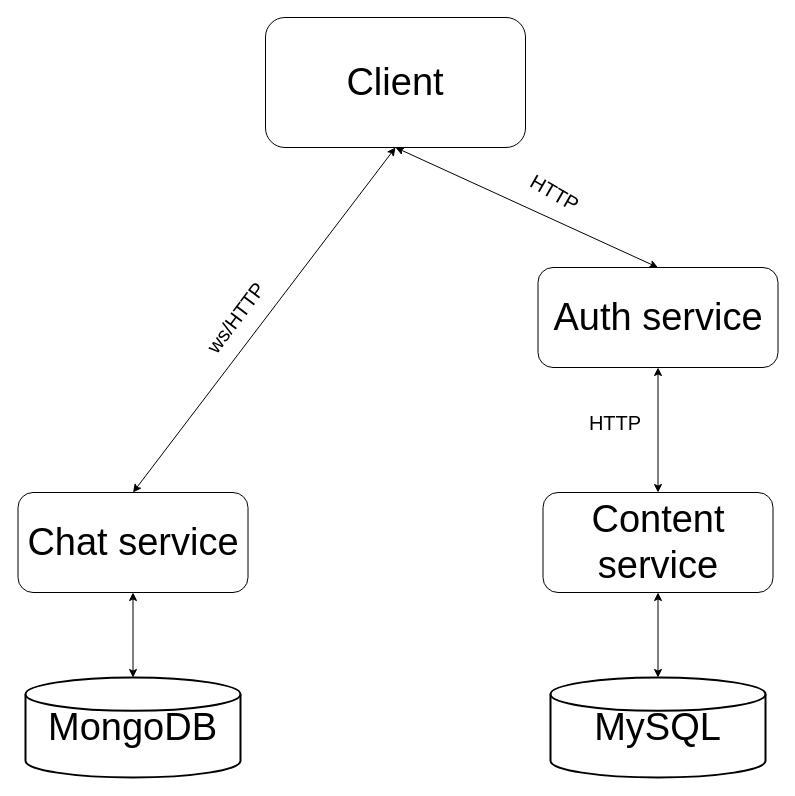
Earlier version of the draw.io diagram Architecture.drawio (Gonza1es/socialWeb). Source tidied: cells renumbered, new cells numbered last; positions are measured from the earlier drawing's top-left corner, leaving out a move shared by most shapes. Both pictures are drawn from the tidied source at 100%, with x=0, y=0 at pixel (17, 17).
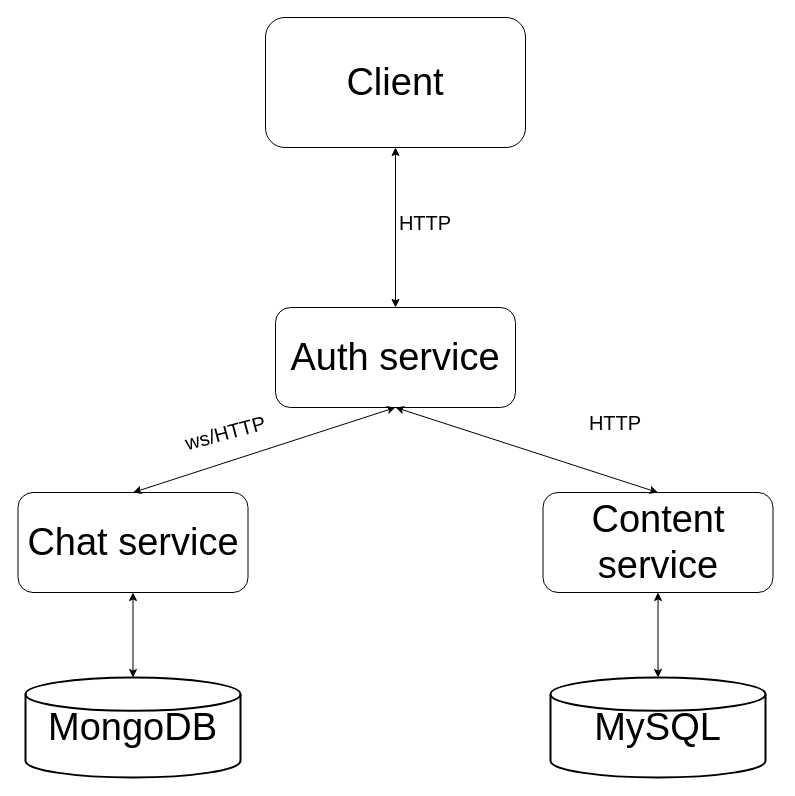
After the change.

Diff of the diagram source:
```diff
@@
 <mxGraphModel>
   <root>
     <mxCell id="0" />
     <mxCell id="1" parent="0" />
     <mxCell id="2" value="&lt;font style=&quot;font-size: 38px;&quot;&gt;Client&lt;/font&gt;" style="rounded=1;whiteSpace=wrap;html=1;" parent="1" vertex="1">
       <mxGeometry x="248" width="260" height="130" as="geometry" />
     </mxCell>
     <mxCell id="3" value="&lt;span style=&quot;font-size: 38px;&quot;&gt;Auth service&lt;/span&gt;" style="rounded=1;whiteSpace=wrap;html=1;" parent="1" vertex="1">
-      <mxGeometry x="520.5" y="250" width="240" height="100" as="geometry" />
+      <mxGeometry x="258" y="290" width="240" height="100" as="geometry" />
     </mxCell>
     <mxCell id="4" value="&lt;span style=&quot;font-size: 38px;&quot;&gt;Chat service&lt;br&gt;&lt;/span&gt;" style="rounded=1;whiteSpace=wrap;html=1;" parent="1" vertex="1">
       <mxGeometry x="0.5" y="475" width="230" height="100" as="geometry" />
     </mxCell>
     <mxCell id="5" value="MongoDB" style="strokeWidth=2;html=1;shape=mxgraph.flowchart.database;whiteSpace=wrap;fontSize=38;" parent="1" vertex="1">
       <mxGeometry x="8" y="660" width="215" height="100" as="geometry" />
     </mxCell>
     <mxCell id="6" style="endArrow=classic;startArrow=classic;html=1;rounded=0;fontSize=38;entryX=0.5;entryY=1;entryDx=0;entryDy=0;exitX=0.5;exitY=0;exitDx=0;exitDy=0;exitPerimeter=0;" parent="1" edge="1" source="5" target="4">
       <mxGeometry relative="1" as="geometry" />
     </mxCell>
     <mxCell id="7" value="&lt;span style=&quot;font-size: 38px;&quot;&gt;Content service&lt;br&gt;&lt;/span&gt;" style="rounded=1;whiteSpace=wrap;html=1;" parent="1" vertex="1">
       <mxGeometry x="525.5" y="475" width="230" height="100" as="geometry" />
     </mxCell>
     <mxCell id="8" value="MySQL" style="strokeWidth=2;html=1;shape=mxgraph.flowchart.database;whiteSpace=wrap;fontSize=38;" parent="1" vertex="1">
       <mxGeometry x="533" y="660" width="215" height="100" as="geometry" />
     </mxCell>
     <mxCell id="9" style="endArrow=classic;startArrow=classic;html=1;rounded=0;fontSize=38;exitX=0.5;exitY=0;exitDx=0;exitDy=0;entryX=0.5;entryY=1;entryDx=0;entryDy=0;exitPerimeter=0;" parent="1" edge="1" source="8" target="7">
       <mxGeometry relative="1" as="geometry" />
     </mxCell>
-    <mxCell id="10" value="ws/HTTP" style="text;html=1;strokeColor=none;fillColor=none;align=center;verticalAlign=middle;whiteSpace=wrap;rounded=0;fontSize=20;rotation=307;" parent="1" vertex="1">
-      <mxGeometry x="188" y="285" width="60" height="30" as="geometry" />
+    <mxCell id="10" value="ws/HTTP" style="text;html=1;strokeColor=none;fillColor=none;align=center;verticalAlign=middle;whiteSpace=wrap;rounded=0;fontSize=20;rotation=-15;" parent="1" vertex="1">
+      <mxGeometry x="178" y="400" width="60" height="30" as="geometry" />
     </mxCell>
-    <mxCell id="11" style="endArrow=classic;startArrow=classic;html=1;rounded=0;exitX=0.5;exitY=0;exitDx=0;exitDy=0;entryX=0.5;entryY=1;entryDx=0;entryDy=0;" parent="1" edge="1" source="4" target="2">
+    <mxCell id="11" style="endArrow=classic;startArrow=classic;html=1;rounded=0;exitX=0.5;exitY=0;exitDx=0;exitDy=0;entryX=0.5;entryY=1;entryDx=0;entryDy=0;" parent="1" edge="1" source="4" target="3">
       <mxGeometry relative="1" as="geometry" />
     </mxCell>
     <mxCell id="12" style="endArrow=classic;startArrow=classic;html=1;rounded=0;entryX=0.5;entryY=1;entryDx=0;entryDy=0;exitX=0.5;exitY=0;exitDx=0;exitDy=0;" parent="1" edge="1" source="7" target="3">
       <mxGeometry relative="1" as="geometry" />
     </mxCell>
     <mxCell id="13" value="HTTP" style="text;html=1;strokeColor=none;fillColor=none;align=center;verticalAlign=middle;whiteSpace=wrap;rounded=0;fontSize=20;rotation=0;" parent="1" vertex="1">
       <mxGeometry x="568" y="390" width="60" height="30" as="geometry" />
     </mxCell>
-    <mxCell id="14" value="HTTP" style="text;html=1;strokeColor=none;fillColor=none;align=center;verticalAlign=middle;whiteSpace=wrap;rounded=0;fontSize=20;rotation=30;" parent="1" vertex="1">
-      <mxGeometry x="508" y="160" width="60" height="30" as="geometry" />
+    <mxCell id="14" value="HTTP" style="text;html=1;strokeColor=none;fillColor=none;align=center;verticalAlign=middle;whiteSpace=wrap;rounded=0;fontSize=20;rotation=0;" parent="1" vertex="1">
+      <mxGeometry x="378" y="190" width="60" height="30" as="geometry" />
     </mxCell>
     <mxCell id="15" style="endArrow=classic;startArrow=classic;html=1;rounded=0;entryX=0.5;entryY=1;entryDx=0;entryDy=0;exitX=0.5;exitY=0;exitDx=0;exitDy=0;" parent="1" edge="1" source="3" target="2">
       <mxGeometry relative="1" as="geometry" />
     </mxCell>
   </root>
 </mxGraphModel>
```
